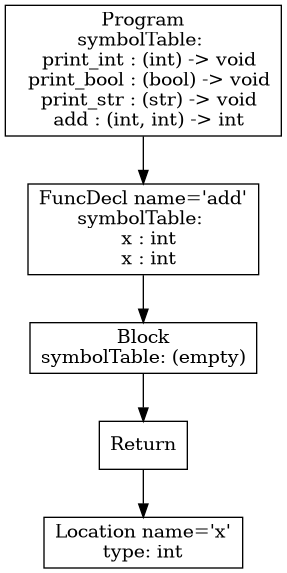
Earlier version of the Graphviz export p3-analysis/tree.png (atrim11/CS432). Its source is kept beside it as p3-analysis/tree.dot.
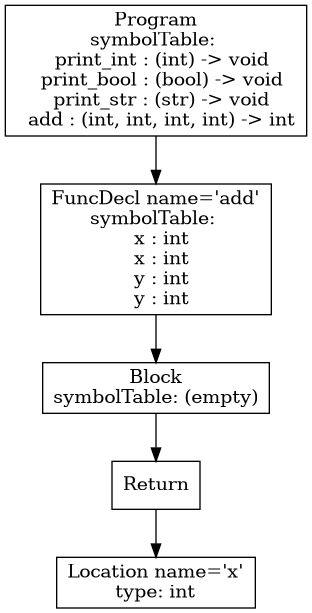
After the commit.

The edit, as a diff of the source:
```diff
@@ -4,8 +4,8 @@
 3 -> 4;
 2 [shape=box, label="Block\nsymbolTable: (empty)"];
 2 -> 3;
-1 [shape=box, label="FuncDecl name='add'\nsymbolTable: \n  x : int\n  x : int"];
+1 [shape=box, label="FuncDecl name='add'\nsymbolTable: \n  x : int\n  x : int\n  y : int\n  y : int"];
 1 -> 2;
-0 [shape=box, label="Program\nsymbolTable: \n  print_int : (int) -> void\n  print_bool : (bool) -> void\n  print_str : (str) -> void\n  add : (int, int) -> int"];
+0 [shape=box, label="Program\nsymbolTable: \n  print_int : (int) -> void\n  print_bool : (bool) -> void\n  print_str : (str) -> void\n  add : (int, int, int, int) -> int"];
 0 -> 1;
 }
```
